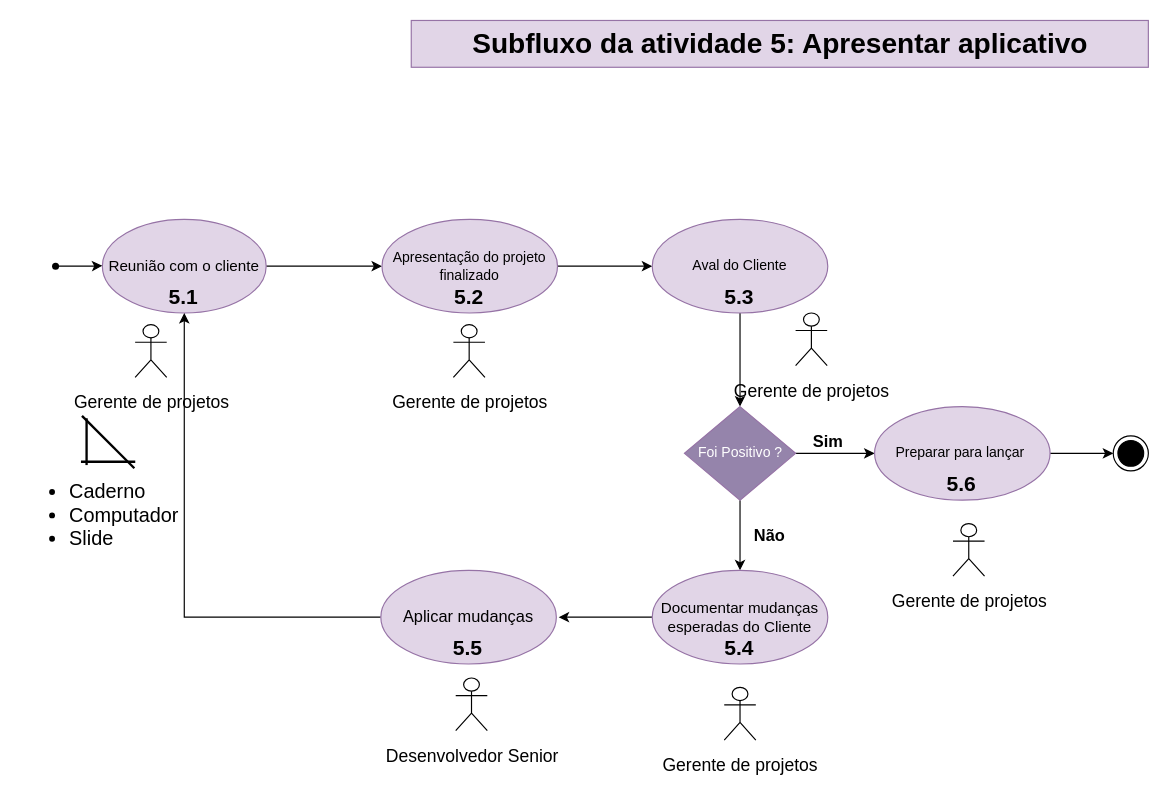
helloisasilva/Processo-de-engenharia-de-software-para-App-mobile keeps this draw.io diagram as page "Subfluxo atv 5" (9 of 9) of Diagrama sem nome.drawio. Above is the earlier version. Source tidied: cells renumbered, new cells numbered last; positions are measured from the earlier drawing's top-left corner, leaving out a move shared by most shapes. Both pictures are drawn from the tidied source at 117%, with x=0, y=0 at pixel (20, 20).
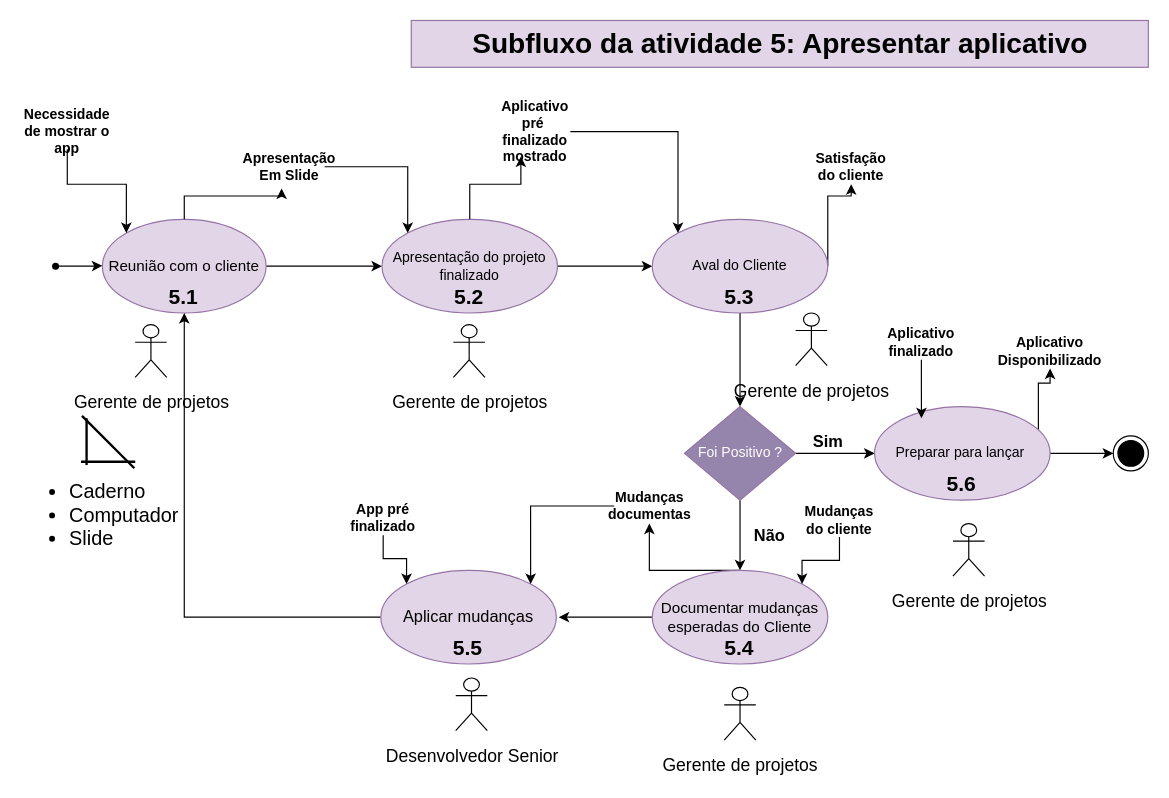
After the change.

Unchanged cells that the change refers to:
```xml
<mxCell id="3" value="Reunião com o cliente" style="ellipse;whiteSpace=wrap;html=1;fillColor=#e1d5e7;strokeColor=#9673a6;shadow=0;fontSize=13;" parent="1" vertex="1">
  <mxGeometry x="70" y="170" width="140" height="80" as="geometry" />
</mxCell>
<mxCell id="8" value="Apresentação do projeto finalizado" style="ellipse;whiteSpace=wrap;html=1;fillColor=#e1d5e7;strokeColor=#9673a6;shadow=0;" parent="1" vertex="1">
  <mxGeometry x="309" y="170" width="150" height="80" as="geometry" />
</mxCell>
<mxCell id="10" value="Aval do Cliente" style="ellipse;whiteSpace=wrap;html=1;fillColor=#e1d5e7;strokeColor=#9673a6;shadow=0;" parent="1" vertex="1">
  <mxGeometry x="540" y="170" width="150" height="80" as="geometry" />
</mxCell>
<mxCell id="19" value="Preparar para lançar&amp;nbsp;" style="ellipse;whiteSpace=wrap;html=1;fillColor=#e1d5e7;strokeColor=#9673a6;shadow=0;" parent="1" vertex="1">
  <mxGeometry x="730" y="330" width="150" height="80" as="geometry" />
</mxCell>
<mxCell id="23" value="Documentar mudanças esperadas do Cliente" style="ellipse;whiteSpace=wrap;html=1;fillColor=#e1d5e7;strokeColor=#9673a6;shadow=0;fontSize=13;" parent="1" vertex="1">
  <mxGeometry x="540" y="470" width="150" height="80" as="geometry" />
</mxCell>
<mxCell id="26" value="Aplicar mudanças" style="ellipse;whiteSpace=wrap;html=1;fillColor=#e1d5e7;strokeColor=#9673a6;shadow=0;fontSize=14;" parent="1" vertex="1">
  <mxGeometry x="308" y="470" width="150" height="80" as="geometry" />
</mxCell>
```

Diff of the diagram source:
```diff
@@
+    <mxCell id="42" style="edgeStyle=orthogonalEdgeStyle;rounded=0;jettySize=auto;html=1;entryX=0.5;entryY=1;entryDx=0;entryDy=0;" parent="1" edge="1" source="10" target="48">
+      <mxGeometry relative="1" as="geometry">
+        <Array as="points">
+          <mxPoint x="690" y="150" />
+          <mxPoint x="710" y="150" />
+        </Array>
+      </mxGeometry>
+    </mxCell>
@@
+    <mxCell id="43" style="edgeStyle=orthogonalEdgeStyle;rounded=0;jettySize=auto;html=1;entryX=0.5;entryY=1;entryDx=0;entryDy=0;" parent="1" edge="1" source="19" target="56">
+      <mxGeometry relative="1" as="geometry">
+        <Array as="points">
+          <mxPoint x="870" y="310" />
+          <mxPoint x="880" y="310" />
+        </Array>
+      </mxGeometry>
+    </mxCell>
@@
+    <mxCell id="44" style="edgeStyle=orthogonalEdgeStyle;rounded=0;jettySize=auto;html=1;entryX=0.5;entryY=1;entryDx=0;entryDy=0;" parent="1" edge="1" source="23" target="58">
+      <mxGeometry relative="1" as="geometry">
+        <Array as="points">
+          <mxPoint x="538" y="470" />
+        </Array>
+      </mxGeometry>
+    </mxCell>
@@
+    <mxCell id="45" style="edgeStyle=orthogonalEdgeStyle;rounded=0;jettySize=auto;html=1;entryX=0;entryY=0;entryDx=0;entryDy=0;" parent="1" edge="1" source="46" target="3">
+      <mxGeometry relative="1" as="geometry" />
+    </mxCell>
+    <mxCell id="46" value="&lt;b&gt;Necessidade de mostrar o app&lt;/b&gt;" style="text;html=1;align=center;verticalAlign=middle;whiteSpace=wrap;rounded=0;" parent="1" vertex="1">
+      <mxGeometry x="10" y="80" width="60" height="30" as="geometry" />
+    </mxCell>
+    <mxCell id="47" value="Aplicativo finalizado" style="text;html=1;align=center;verticalAlign=middle;whiteSpace=wrap;rounded=0;fontStyle=1;" parent="1" vertex="1">
+      <mxGeometry x="740" y="260" width="60" height="30" as="geometry" />
+    </mxCell>
+    <mxCell id="48" value="&lt;b&gt;Satisfação do cliente&lt;/b&gt;" style="text;html=1;align=center;verticalAlign=middle;whiteSpace=wrap;rounded=0;" parent="1" vertex="1">
+      <mxGeometry x="680" y="110" width="60" height="30" as="geometry" />
+    </mxCell>
+    <mxCell id="49" style="edgeStyle=orthogonalEdgeStyle;rounded=0;jettySize=auto;html=1;entryX=0;entryY=0;entryDx=0;entryDy=0;" parent="1" edge="1" source="50" target="10">
+      <mxGeometry relative="1" as="geometry" />
+    </mxCell>
+    <mxCell id="50" value="&lt;b&gt;Aplicativo pré&amp;nbsp; finalizado mostrado&lt;/b&gt;" style="text;html=1;align=center;verticalAlign=middle;whiteSpace=wrap;rounded=0;" parent="1" vertex="1">
+      <mxGeometry x="410" y="80" width="60" height="30" as="geometry" />
+    </mxCell>
+    <mxCell id="51" style="edgeStyle=orthogonalEdgeStyle;rounded=0;jettySize=auto;html=1;entryX=0;entryY=0;entryDx=0;entryDy=0;" parent="1" edge="1" source="52" target="8">
+      <mxGeometry relative="1" as="geometry" />
+    </mxCell>
+    <mxCell id="52" value="&lt;b&gt;Apresentação Em Slide&lt;/b&gt;" style="text;html=1;align=center;verticalAlign=middle;whiteSpace=wrap;rounded=0;" parent="1" vertex="1">
+      <mxGeometry x="200" y="110" width="60" height="30" as="geometry" />
+    </mxCell>
+    <mxCell id="53" style="edgeStyle=orthogonalEdgeStyle;rounded=0;jettySize=auto;html=1;entryX=0.386;entryY=1.118;entryDx=0;entryDy=0;entryPerimeter=0;" parent="1" edge="1" source="3" target="52">
+      <mxGeometry relative="1" as="geometry" />
+    </mxCell>
+    <mxCell id="54" style="edgeStyle=orthogonalEdgeStyle;rounded=0;jettySize=auto;html=1;entryX=0.295;entryY=1.209;entryDx=0;entryDy=0;entryPerimeter=0;" parent="1" edge="1" source="8" target="50">
+      <mxGeometry relative="1" as="geometry" />
+    </mxCell>
+    <mxCell id="55" style="edgeStyle=orthogonalEdgeStyle;rounded=0;jettySize=auto;html=1;entryX=0.267;entryY=0.125;entryDx=0;entryDy=0;entryPerimeter=0;" parent="1" edge="1" source="47" target="19">
+      <mxGeometry relative="1" as="geometry" />
+    </mxCell>
+    <mxCell id="56" value="Aplicativo Disponibilizado" style="text;html=1;align=center;verticalAlign=middle;whiteSpace=wrap;rounded=0;fontStyle=1;" parent="1" vertex="1">
+      <mxGeometry x="850" y="267.5" width="60" height="30" as="geometry" />
+    </mxCell>
+    <mxCell id="57" style="edgeStyle=orthogonalEdgeStyle;rounded=0;jettySize=auto;html=1;entryX=1;entryY=0;entryDx=0;entryDy=0;" parent="1" edge="1" source="58" target="26">
+      <mxGeometry relative="1" as="geometry" />
+    </mxCell>
+    <mxCell id="58" value="Mudanças documentas" style="text;html=1;align=center;verticalAlign=middle;whiteSpace=wrap;rounded=0;fontStyle=1;" parent="1" vertex="1">
+      <mxGeometry x="507.5" y="400" width="60" height="30" as="geometry" />
+    </mxCell>
+    <mxCell id="59" style="edgeStyle=orthogonalEdgeStyle;rounded=0;jettySize=auto;html=1;entryX=1;entryY=0;entryDx=0;entryDy=0;" parent="1" edge="1" source="60" target="23">
+      <mxGeometry relative="1" as="geometry" />
+    </mxCell>
+    <mxCell id="60" value="Mudanças do cliente" style="text;html=1;align=center;verticalAlign=middle;whiteSpace=wrap;rounded=0;fontStyle=1;" parent="1" vertex="1">
+      <mxGeometry x="670" y="411.5" width="60" height="30" as="geometry" />
+    </mxCell>
+    <mxCell id="61" style="edgeStyle=orthogonalEdgeStyle;rounded=0;jettySize=auto;html=1;entryX=0;entryY=0;entryDx=0;entryDy=0;" parent="1" edge="1" source="62" target="26">
+      <mxGeometry relative="1" as="geometry" />
+    </mxCell>
+    <mxCell id="62" value="App pré finalizado" style="text;html=1;align=center;verticalAlign=middle;whiteSpace=wrap;rounded=0;fontStyle=1;" parent="1" vertex="1">
+      <mxGeometry x="280" y="410" width="60" height="30" as="geometry" />
+    </mxCell>
```
